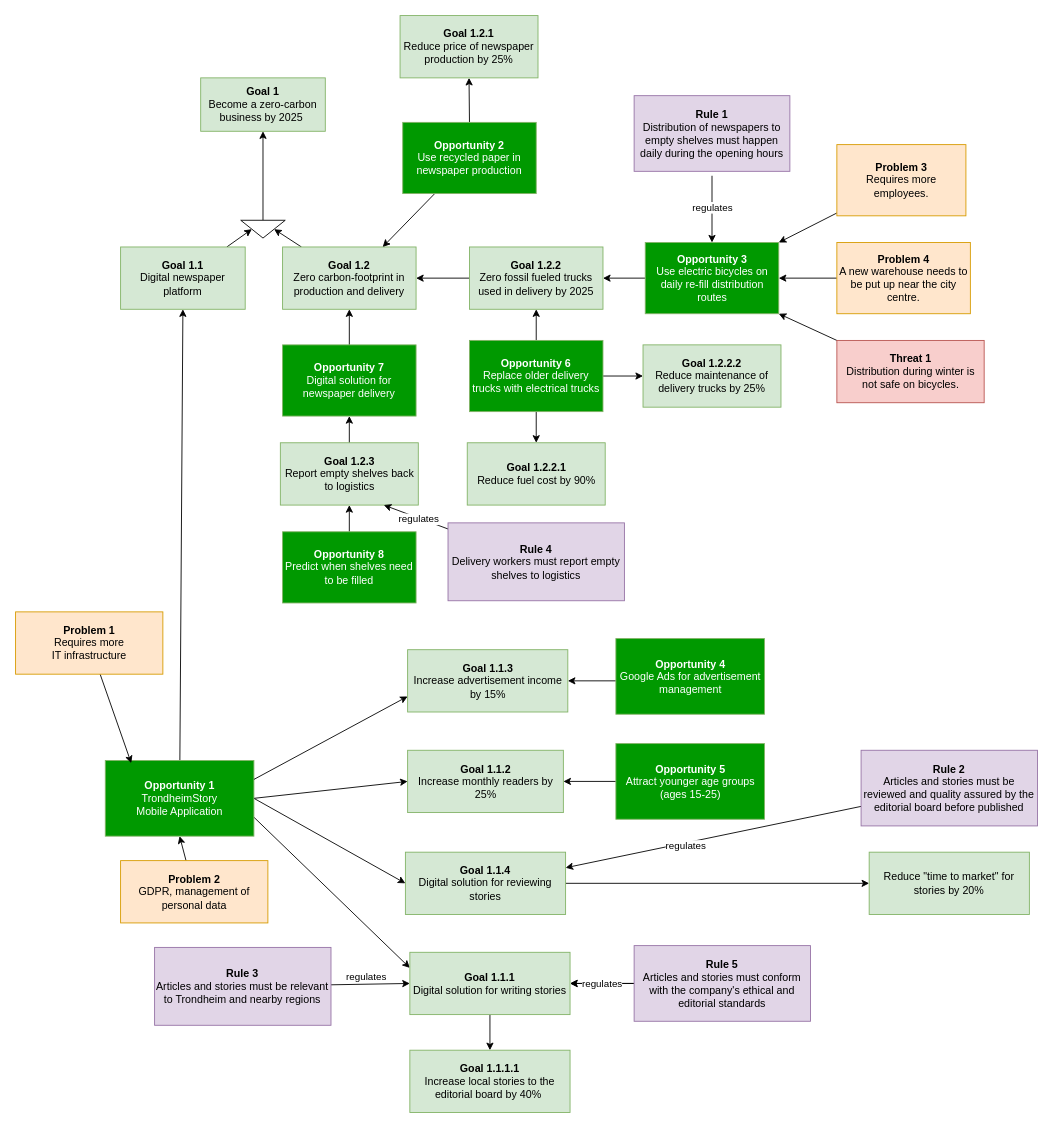
Before: TS_4EM.drawio in gullskatten/TS-models-4em-archi, a draw.io diagram. Source tidied: cells renumbered, new cells numbered last; positions are measured from the earlier drawing's top-left corner, leaving out a move shared by most shapes. Both pictures are drawn from the tidied source at 89%, with x=0, y=0 at pixel (15, 15).
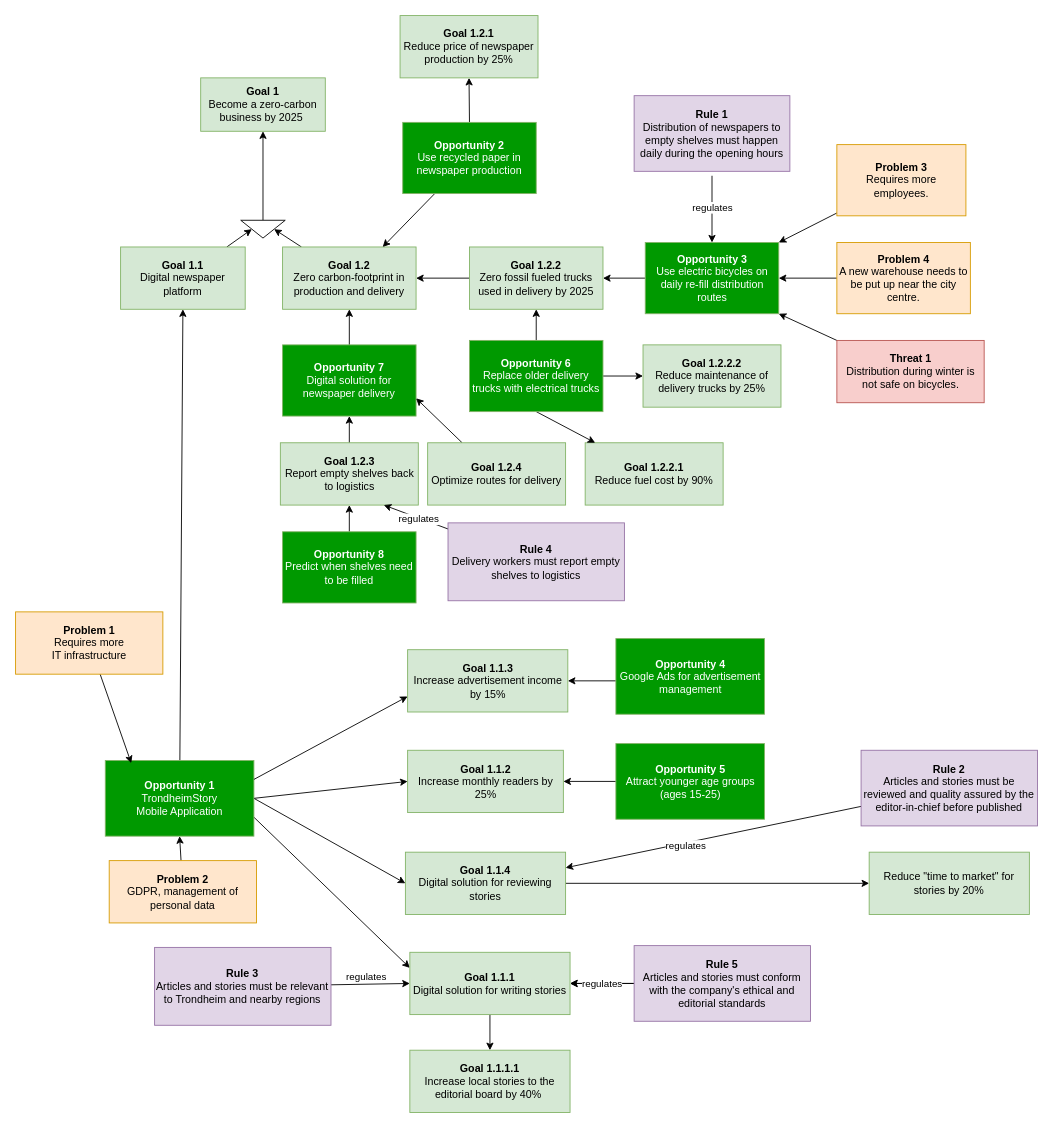
Above is the later version.

Unchanged cells that the change refers to:
```xml
<mxCell id="60" value="&lt;b&gt;Opportunity 7&lt;/b&gt;&lt;br&gt;Digital solution for newspaper delivery" style="rounded=0;whiteSpace=wrap;html=1;strokeColor=#82b366;fontColor=#FFFFFF;fillColor=#009900;" parent="1" vertex="1">
  <mxGeometry x="300" y="370" width="150" height="80" as="geometry" />
</mxCell>
```

Diff of the diagram source:
```diff
@@
     <mxCell id="17" value="&lt;b&gt;Problem 2&lt;/b&gt;&lt;br&gt;GDPR, management of personal data" style="rounded=0;whiteSpace=wrap;html=1;fillColor=#ffe6cc;strokeColor=#d79b00;" parent="1" vertex="1">
-      <mxGeometry x="118" y="949.5" width="165.5" height="70" as="geometry" />
+      <mxGeometry x="105.2" y="949.5" width="165.5" height="70" as="geometry" />
     </mxCell>
@@
-    <mxCell id="29" value="&lt;b&gt;Rule 2&lt;/b&gt;&lt;br&gt;Articles and stories must be reviewed and quality assured by the editorial board before published" style="rounded=0;whiteSpace=wrap;html=1;fillColor=#e1d5e7;strokeColor=#9673a6;" parent="1" vertex="1">
+    <mxCell id="29" value="&lt;b&gt;Rule 2&lt;/b&gt;&lt;br&gt;Articles and stories must be reviewed and quality assured by the editor-in-chief before published" style="rounded=0;whiteSpace=wrap;html=1;fillColor=#e1d5e7;strokeColor=#9673a6;" parent="1" vertex="1">
       <mxGeometry x="950" y="825.5" width="198.2" height="85" as="geometry" />
     </mxCell>
@@
     <mxCell id="52" value="&lt;b&gt;Goal 1.2.2.1&lt;/b&gt;&lt;br&gt;Reduce fuel cost by 90%" style="rounded=0;whiteSpace=wrap;html=1;fillColor=#d5e8d4;strokeColor=#82b366;" parent="1" vertex="1">
-      <mxGeometry x="507.5" y="480" width="155" height="70" as="geometry" />
+      <mxGeometry x="640" y="480" width="155" height="70" as="geometry" />
     </mxCell>
@@
+    <mxCell id="72" style="rounded=0;jettySize=auto;html=1;entryX=1;entryY=0.75;entryDx=0;entryDy=0;exitX=0.25;exitY=0;exitDx=0;exitDy=0;" parent="1" edge="1" source="73" target="60">
+      <mxGeometry relative="1" as="geometry" />
+    </mxCell>
+    <mxCell id="73" value="&lt;b&gt;Goal 1.2.4&lt;/b&gt;&lt;br&gt;Optimize routes for delivery" style="rounded=0;whiteSpace=wrap;html=1;fillColor=#d5e8d4;strokeColor=#82b366;" parent="1" vertex="1">
+      <mxGeometry x="463" y="480" width="155" height="70" as="geometry" />
+    </mxCell>
```
